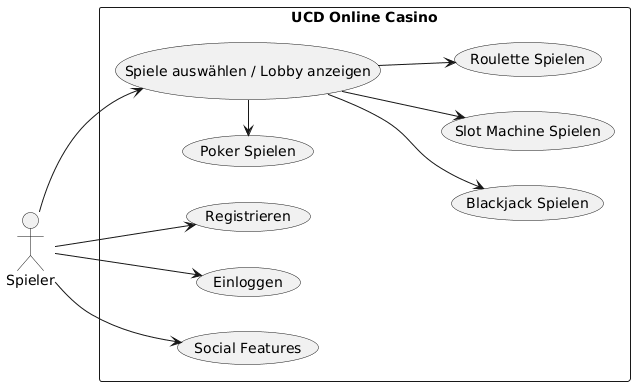
Earlier version of the PlantUML export resources/UCD.png (FelixZannantoni/OnlineCasino). Source of this version:
```plantuml
@startuml
left to right direction

rectangle "UCD Online Casino" {
    (Registrieren)
    (Einloggen)
    (Social Features)
    (Spiele auswählen / Lobby anzeigen)



    (Spiele auswählen / Lobby anzeigen)-left->(Poker Spielen)
    (Spiele auswählen / Lobby anzeigen)-down->(Blackjack Spielen)
    (Spiele auswählen / Lobby anzeigen)-down->(Slot Machine Spielen)
    (Spiele auswählen / Lobby anzeigen)-down->(Roulette Spielen)
}

Spieler --> (Registrieren)
Spieler --> (Einloggen)
Spieler --> (Social Features)
Spieler --> (Spiele auswählen / Lobby anzeigen)
@enduml
```
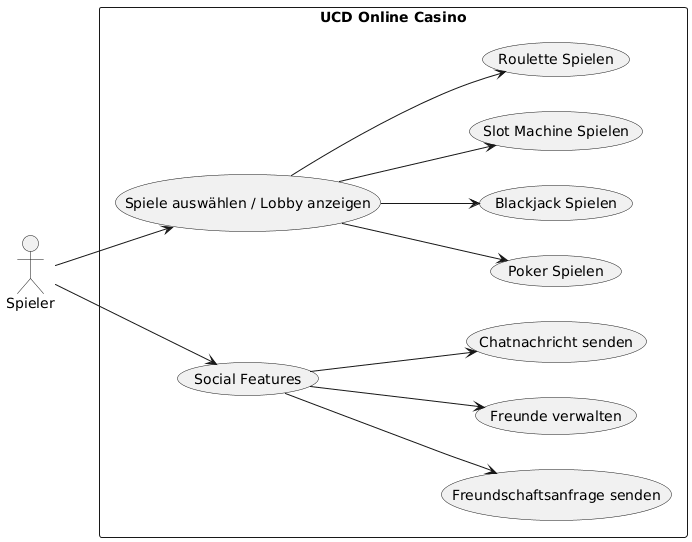
Above is the later version.

Commit message:
reworked UCD

Change to the diagram source:
```diff
@@ -2,21 +2,19 @@
 left to right direction
 
 rectangle "UCD Online Casino" {
-    (Registrieren)
-    (Einloggen)
+    (Spiele auswählen / Lobby anzeigen)
     (Social Features)
-    (Spiele auswählen / Lobby anzeigen)
 
-
-
-    (Spiele auswählen / Lobby anzeigen)-left->(Poker Spielen)
+    (Spiele auswählen / Lobby anzeigen)-down->(Poker Spielen)
     (Spiele auswählen / Lobby anzeigen)-down->(Blackjack Spielen)
     (Spiele auswählen / Lobby anzeigen)-down->(Slot Machine Spielen)
     (Spiele auswählen / Lobby anzeigen)-down->(Roulette Spielen)
+
+    (Social Features)-->(Freundschaftsanfrage senden)
+    (Social Features)-->(Freunde verwalten)
+    (Social Features)-->(Chatnachricht senden)
 }
 
-Spieler --> (Registrieren)
-Spieler --> (Einloggen)
 Spieler --> (Social Features)
 Spieler --> (Spiele auswählen / Lobby anzeigen)
 @enduml
```
